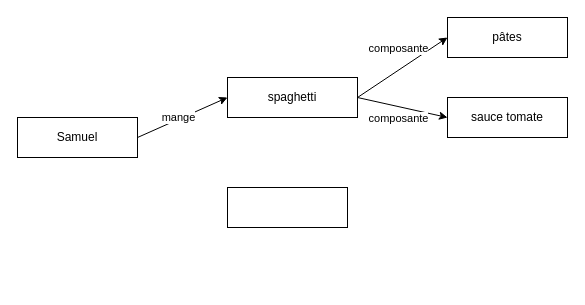
Before: Untitled Diagram.drawio in sdion082/CSI4506-Datasets, a draw.io diagram. Source tidied: cells renumbered, new cells numbered last; positions are measured from the earlier drawing's top-left corner, leaving out a move shared by most shapes. Both pictures are drawn from the tidied source at 100%, with x=0, y=0 at pixel (17, 17).
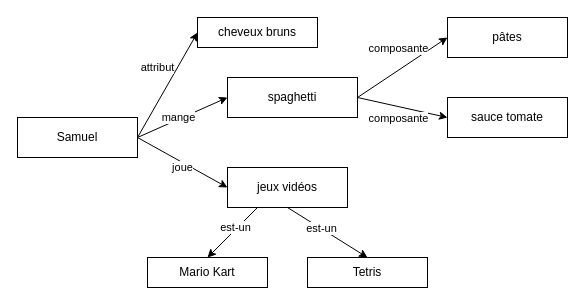
The same diagram, later.

The change refers to these unchanged cells:
```xml
<mxCell id="2" style="jettySize=auto;html=1;exitX=1;exitY=0.5;exitDx=0;exitDy=0;entryX=0;entryY=0.5;entryDx=0;entryDy=0;rounded=0;" parent="1" edge="1" source="4" target="8">
  <mxGeometry relative="1" as="geometry" />
</mxCell>
<mxCell id="4" value="Samuel" style="rounded=0;whiteSpace=wrap;html=1;" parent="1" vertex="1">
  <mxGeometry y="100" width="120" height="40" as="geometry" />
</mxCell>
```

Diff of the diagram source:
```diff
@@
-    <mxCell id="3" value="mange" style="edgeLabel;html=1;align=center;verticalAlign=middle;" parent="2" vertex="1">
+    <mxCell id="3" value="mange" style="edgeLabel;html=1;align=center;verticalAlign=middle;rotation=0;" parent="2" vertex="1">
       <mxGeometry x="0.29" y="-2" relative="1" as="geometry">
         <mxPoint x="-19" y="4" as="offset" />
       </mxGeometry>
     </mxCell>
+    <mxCell id="13" style="rounded=0;jettySize=auto;html=1;exitX=1;exitY=0.5;exitDx=0;exitDy=0;entryX=0;entryY=0.5;entryDx=0;entryDy=0;" parent="1" edge="1" source="4" target="12">
+      <mxGeometry relative="1" as="geometry" />
+    </mxCell>
+    <mxCell id="14" value="joue" style="edgeLabel;html=1;align=center;verticalAlign=middle;rotation=0;" parent="13" vertex="1">
+      <mxGeometry x="-0.04" y="3" relative="1" as="geometry">
+        <mxPoint y="8" as="offset" />
+      </mxGeometry>
+    </mxCell>
+    <mxCell id="15" style="rounded=0;jettySize=auto;html=1;exitX=1;exitY=0.5;exitDx=0;exitDy=0;entryX=0;entryY=0.5;entryDx=0;entryDy=0;" parent="1" edge="1" source="4" target="23">
+      <mxGeometry relative="1" as="geometry" />
+    </mxCell>
+    <mxCell id="16" value="attribut" style="edgeLabel;html=1;align=center;verticalAlign=middle;" parent="15" vertex="1">
+      <mxGeometry x="0.18" y="3" relative="1" as="geometry">
+        <mxPoint x="-13" y="-7" as="offset" />
+      </mxGeometry>
+    </mxCell>
@@
+    <mxCell id="17" style="rounded=0;jettySize=auto;html=1;exitX=0.25;exitY=1;exitDx=0;exitDy=0;entryX=0.5;entryY=0;entryDx=0;entryDy=0;" parent="1" edge="1" source="12" target="21">
+      <mxGeometry relative="1" as="geometry" />
+    </mxCell>
+    <mxCell id="18" value="est-un" style="edgeLabel;html=1;align=center;verticalAlign=middle;" parent="17" vertex="1">
+      <mxGeometry x="-0.14" y="-2" relative="1" as="geometry" />
+    </mxCell>
+    <mxCell id="19" style="rounded=0;jettySize=auto;html=1;exitX=0.5;exitY=1;exitDx=0;exitDy=0;entryX=0.5;entryY=0;entryDx=0;entryDy=0;" parent="1" edge="1" source="12" target="22">
+      <mxGeometry relative="1" as="geometry" />
+    </mxCell>
+    <mxCell id="20" value="est-un" style="edgeLabel;html=1;align=center;verticalAlign=middle;" parent="19" vertex="1">
+      <mxGeometry x="-0.17" relative="1" as="geometry" />
+    </mxCell>
-    <mxCell id="12" style="rounded=0;whiteSpace=wrap;html=1;" parent="1" vertex="1">
-      <mxGeometry x="210" y="170" width="120" height="40" as="geometry" />
+    <mxCell id="12" value="jeux vidéos" style="rounded=0;whiteSpace=wrap;html=1;" parent="1" vertex="1">
+      <mxGeometry x="210" y="150" width="120" height="40" as="geometry" />
     </mxCell>
+    <mxCell id="21" value="Mario Kart" style="rounded=0;whiteSpace=wrap;html=1;" parent="1" vertex="1">
+      <mxGeometry x="130" y="240" width="120" height="30" as="geometry" />
+    </mxCell>
+    <mxCell id="22" value="Tetris" style="rounded=0;whiteSpace=wrap;html=1;" parent="1" vertex="1">
+      <mxGeometry x="290" y="240" width="120" height="30" as="geometry" />
+    </mxCell>
+    <mxCell id="23" value="cheveux bruns" style="rounded=0;whiteSpace=wrap;html=1;" parent="1" vertex="1">
+      <mxGeometry x="180" width="120" height="30" as="geometry" />
+    </mxCell>
```
